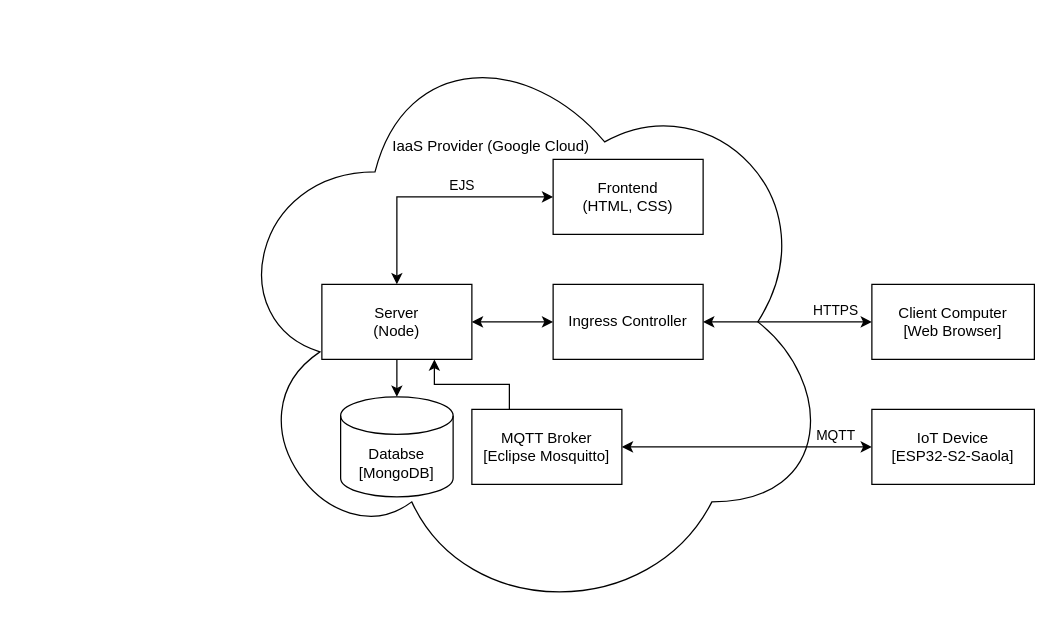
This is documentation/block diagrams/solution architecture v1.drawio from armando-jp/ecen5033-devops-final, a draw.io file, before an edit. Source tidied: cells renumbered, new cells numbered last; positions are measured from the earlier drawing's top-left corner, leaving out a move shared by most shapes. Both pictures are drawn from the tidied source at 125%, with x=0, y=0 at pixel (221, 21).
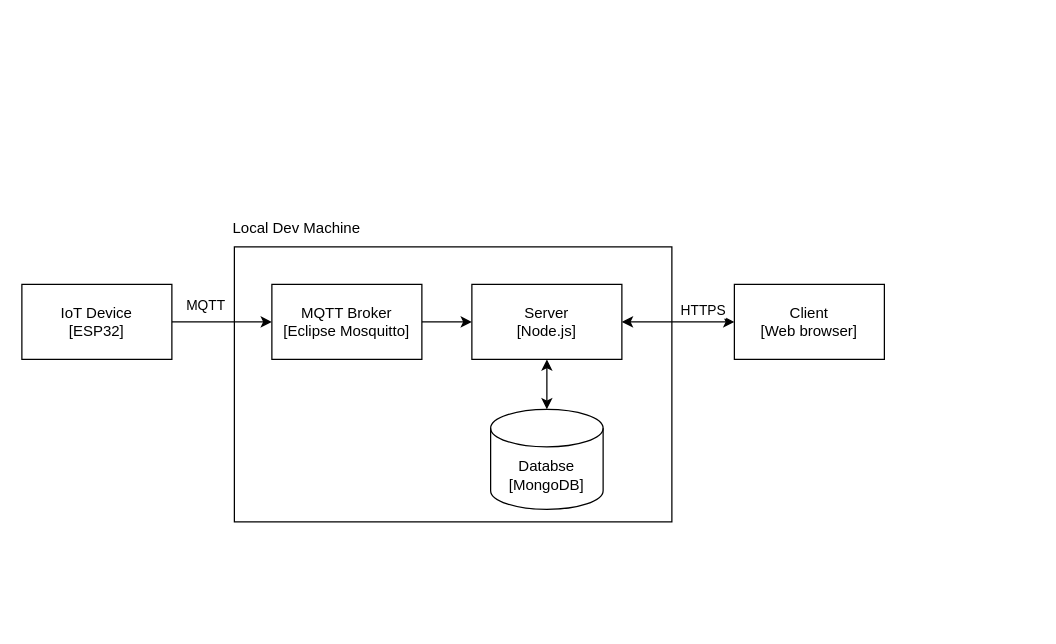
Above is the later version.

What changed in the source:
```diff
@@
-    <mxCell id="2" style="ellipse;shape=cloud;whiteSpace=wrap;html=1;" parent="1" vertex="1">
-      <mxGeometry width="490" height="480" as="geometry" />
-    </mxCell>
-    <mxCell id="3" style="edgeStyle=orthogonalEdgeStyle;rounded=0;jettySize=auto;html=1;exitX=0;exitY=0.5;exitDx=0;exitDy=0;startArrow=classic;startFill=1;" parent="1" edge="1" source="5" target="12">
-      <mxGeometry relative="1" as="geometry" />
-    </mxCell>
-    <mxCell id="4" value="MQTT" style="edgeLabel;html=1;align=center;verticalAlign=middle;" parent="3" vertex="1">
-      <mxGeometry x="-0.17" y="4" relative="1" as="geometry">
-        <mxPoint x="53" y="-14" as="offset" />
-      </mxGeometry>
-    </mxCell>
-    <mxCell id="5" value="IoT Device&lt;br&gt;[ESP32-S2-Saola]" style="rounded=0;whiteSpace=wrap;html=1;" parent="1" vertex="1">
-      <mxGeometry x="520" y="310" width="130" height="60" as="geometry" />
-    </mxCell>
-    <mxCell id="6" value="IaaS Provider (Google Cloud)" style="text;html=1;align=center;verticalAlign=middle;strokeColor=none;fillColor=none;" parent="1" vertex="1">
-      <mxGeometry x="130" y="90" width="170" height="20" as="geometry" />
-    </mxCell>
-    <mxCell id="7" style="edgeStyle=orthogonalEdgeStyle;rounded=0;jettySize=auto;html=1;exitX=0.5;exitY=0;exitDx=0;exitDy=0;entryX=0;entryY=0.5;entryDx=0;entryDy=0;startArrow=classic;startFill=1;" parent="1" edge="1" source="9" target="13">
-      <mxGeometry relative="1" as="geometry" />
-    </mxCell>
+    <mxCell id="20" style="rounded=0;whiteSpace=wrap;html=1;" parent="1" vertex="1">
+      <mxGeometry x="10" y="180" width="350" height="220" as="geometry" />
+    </mxCell>
-    <mxCell id="8" style="edgeStyle=orthogonalEdgeStyle;rounded=0;jettySize=auto;html=1;exitX=0.5;exitY=1;exitDx=0;exitDy=0;entryX=0.5;entryY=0;entryDx=0;entryDy=0;entryPerimeter=0;" parent="1" edge="1" source="9" target="10">
+    <mxCell id="8" style="edgeStyle=orthogonalEdgeStyle;rounded=0;jettySize=auto;html=1;exitX=0.5;exitY=1;exitDx=0;exitDy=0;entryX=0.5;entryY=0;entryDx=0;entryDy=0;entryPerimeter=0;startArrow=classic;startFill=1;" parent="1" edge="1" source="9" target="10">
       <mxGeometry relative="1" as="geometry" />
     </mxCell>
-    <mxCell id="9" value="Server&lt;br&gt;(Node)" style="rounded=0;whiteSpace=wrap;html=1;" parent="1" vertex="1">
-      <mxGeometry x="80" y="210" width="120" height="60" as="geometry" />
+    <mxCell id="9" value="Server&lt;br&gt;[Node.js]" style="rounded=0;whiteSpace=wrap;html=1;" parent="1" vertex="1">
+      <mxGeometry x="200" y="210" width="120" height="60" as="geometry" />
     </mxCell>
     <mxCell id="10" value="Databse&lt;br&gt;[MongoDB]" style="shape=cylinder3;whiteSpace=wrap;html=1;boundedLbl=1;backgroundOutline=1;size=15;" parent="1" vertex="1">
-      <mxGeometry x="95" y="300" width="90" height="80" as="geometry" />
+      <mxGeometry x="215" y="310" width="90" height="80" as="geometry" />
     </mxCell>
-    <mxCell id="11" style="edgeStyle=orthogonalEdgeStyle;rounded=0;jettySize=auto;html=1;exitX=0.25;exitY=0;exitDx=0;exitDy=0;entryX=0.75;entryY=1;entryDx=0;entryDy=0;" parent="1" edge="1" source="12" target="9">
+    <mxCell id="11" style="edgeStyle=orthogonalEdgeStyle;rounded=0;jettySize=auto;html=1;exitX=1;exitY=0.5;exitDx=0;exitDy=0;entryX=0;entryY=0.5;entryDx=0;entryDy=0;" parent="1" edge="1" source="12" target="9">
       <mxGeometry relative="1" as="geometry" />
     </mxCell>
+    <mxCell id="21" style="edgeStyle=orthogonalEdgeStyle;rounded=0;jettySize=auto;html=1;exitX=0;exitY=0.5;exitDx=0;exitDy=0;entryX=1;entryY=0.5;entryDx=0;entryDy=0;startArrow=classic;startFill=1;endArrow=none;endFill=0;" parent="1" edge="1" source="12" target="24">
+      <mxGeometry relative="1" as="geometry" />
+    </mxCell>
+    <mxCell id="4" value="MQTT" style="edgeLabel;html=1;align=center;verticalAlign=middle;" parent="21" vertex="1">
+      <mxGeometry x="0.22" y="-2" relative="1" as="geometry">
+        <mxPoint x="-5" y="-12" as="offset" />
+      </mxGeometry>
+    </mxCell>
     <mxCell id="12" value="MQTT Broker&lt;br&gt;[Eclipse Mosquitto]" style="rounded=0;whiteSpace=wrap;html=1;" parent="1" vertex="1">
-      <mxGeometry x="200" y="310" width="120" height="60" as="geometry" />
+      <mxGeometry x="40" y="210" width="120" height="60" as="geometry" />
     </mxCell>
-    <mxCell id="13" value="Frontend&lt;br&gt;(HTML, CSS)" style="rounded=0;whiteSpace=wrap;html=1;" parent="1" vertex="1">
-      <mxGeometry x="265" y="110" width="120" height="60" as="geometry" />
-    </mxCell>
-    <mxCell id="14" style="edgeStyle=orthogonalEdgeStyle;rounded=0;jettySize=auto;html=1;exitX=0;exitY=0.5;exitDx=0;exitDy=0;startArrow=classic;startFill=1;" parent="1" edge="1" source="15" target="9">
-      <mxGeometry relative="1" as="geometry" />
-    </mxCell>
-    <mxCell id="15" value="Ingress Controller" style="rounded=0;whiteSpace=wrap;html=1;" parent="1" vertex="1">
-      <mxGeometry x="265" y="210" width="120" height="60" as="geometry" />
-    </mxCell>
-    <mxCell id="16" style="edgeStyle=orthogonalEdgeStyle;rounded=0;jettySize=auto;html=1;exitX=0;exitY=0.5;exitDx=0;exitDy=0;entryX=1;entryY=0.5;entryDx=0;entryDy=0;startArrow=classic;startFill=1;" parent="1" edge="1" source="18" target="15">
+    <mxCell id="16" style="edgeStyle=orthogonalEdgeStyle;rounded=0;jettySize=auto;html=1;entryX=1;entryY=0.5;entryDx=0;entryDy=0;startArrow=classic;startFill=1;exitX=0;exitY=0.5;exitDx=0;exitDy=0;" parent="1" edge="1" source="23" target="9">
       <mxGeometry relative="1" as="geometry" />
     </mxCell>
     <mxCell id="17" value="HTTPS" style="edgeLabel;html=1;align=center;verticalAlign=middle;" parent="16" vertex="1">
       <mxGeometry x="-0.27" y="-4" relative="1" as="geometry">
-        <mxPoint x="19" y="-6" as="offset" />
+        <mxPoint x="7" y="-6" as="offset" />
       </mxGeometry>
     </mxCell>
-    <mxCell id="18" value="Client Computer&lt;br&gt;[Web Browser]" style="rounded=0;whiteSpace=wrap;html=1;" parent="1" vertex="1">
-      <mxGeometry x="520" y="210" width="130" height="60" as="geometry" />
-    </mxCell>
-    <mxCell id="19" value="EJS" style="edgeLabel;html=1;align=center;verticalAlign=middle;" parent="1" vertex="1">
-      <mxGeometry x="205" y="130" as="geometry">
-        <mxPoint x="-14" as="offset" />
-      </mxGeometry>
-    </mxCell>
+    <mxCell id="22" value="Local Dev Machine" style="text;html=1;strokeColor=none;fillColor=none;align=center;verticalAlign=middle;whiteSpace=wrap;rounded=0;" parent="1" vertex="1">
+      <mxGeometry x="-20" y="150" width="160" height="30" as="geometry" />
+    </mxCell>
+    <mxCell id="23" value="Client&lt;br&gt;[Web browser]" style="rounded=0;whiteSpace=wrap;html=1;strokeColor=default;fillColor=default;" parent="1" vertex="1">
+      <mxGeometry x="410" y="210" width="120" height="60" as="geometry" />
+    </mxCell>
+    <mxCell id="24" value="IoT Device&lt;br&gt;[ESP32]" style="rounded=0;whiteSpace=wrap;html=1;strokeColor=default;fillColor=default;" parent="1" vertex="1">
+      <mxGeometry x="-160" y="210" width="120" height="60" as="geometry" />
+    </mxCell>
```
